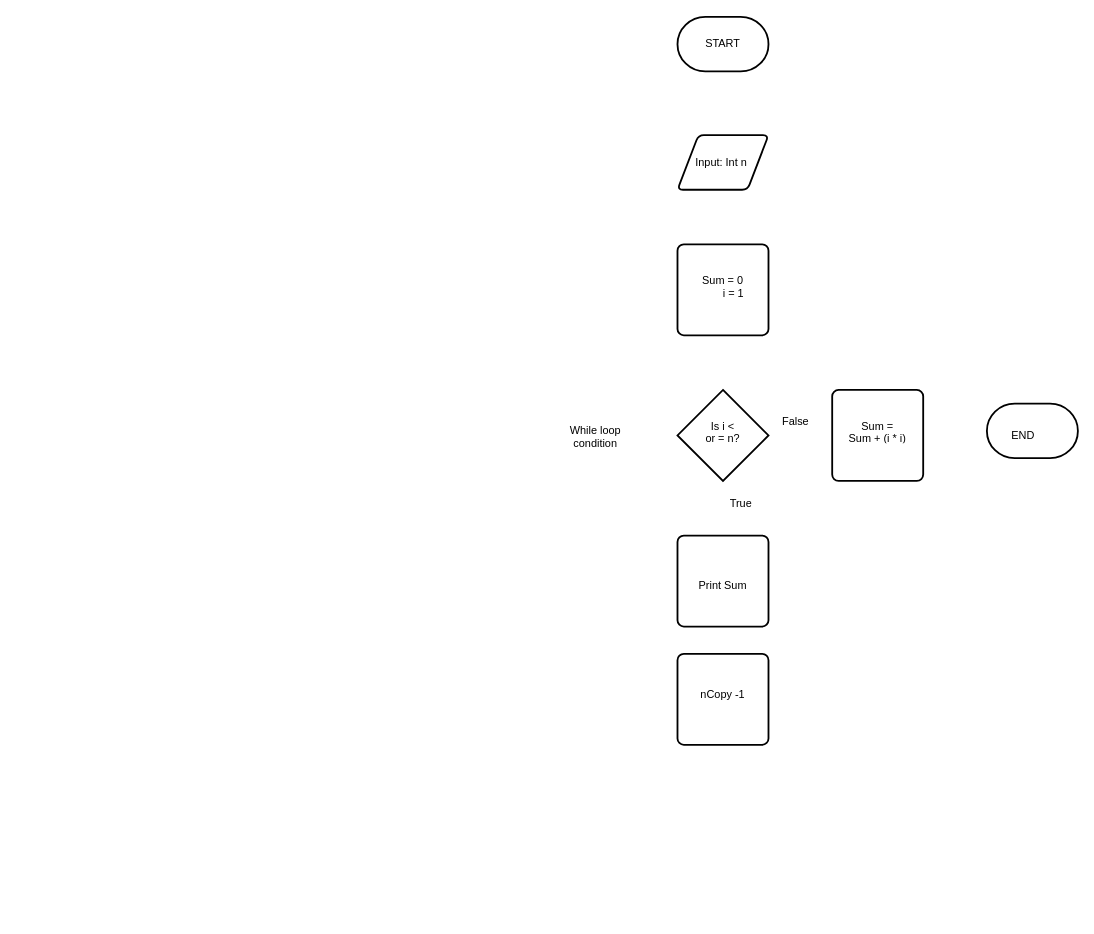
Above: Untitled Diagram.drawio in lorens247/confusion (draw.io), before the change. Source tidied: cells renumbered, new cells numbered last; positions are measured from the earlier drawing's top-left corner, leaving out a move shared by most shapes. Both pictures are drawn from the tidied source at 91%, with x=0, y=0 at pixel (559, 16).
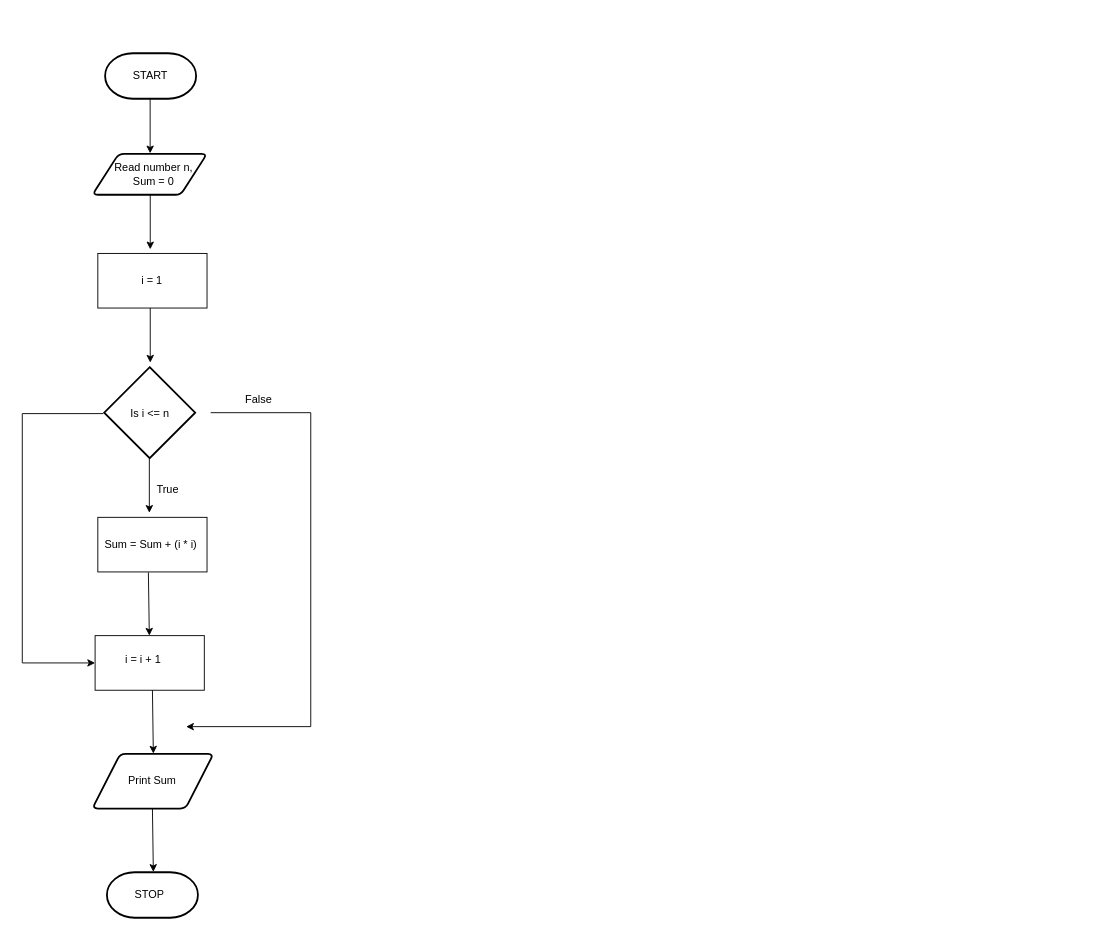
Above is the later version.

The edit, as a diff of the source:
```diff
@@
+    <mxCell id="21" style="rounded=0;whiteSpace=wrap;html=1;" parent="1" vertex="1">
+      <mxGeometry x="-507" y="260" width="120" height="60" as="geometry" />
+    </mxCell>
     <mxCell id="2" style="strokeWidth=2;html=1;shape=mxgraph.flowchart.terminator;whiteSpace=wrap;" parent="1" vertex="1">
-      <mxGeometry x="130" width="100" height="60" as="geometry" />
+      <mxGeometry x="-499" y="40" width="100" height="50" as="geometry" />
     </mxCell>
     <mxCell id="3" style="shape=parallelogram;html=1;strokeWidth=2;perimeter=parallelogramPerimeter;whiteSpace=wrap;rounded=1;arcSize=12;size=0.23;" parent="1" vertex="1">
-      <mxGeometry x="130" y="130" width="100" height="60" as="geometry" />
+      <mxGeometry x="-513" y="150.5" width="126" height="45" as="geometry" />
     </mxCell>
-    <mxCell id="4" style="rounded=1;whiteSpace=wrap;html=1;absoluteArcSize=1;arcSize=14;strokeWidth=2;" parent="1" vertex="1">
-      <mxGeometry x="130" y="250" width="100" height="100" as="geometry" />
-    </mxCell>
     <mxCell id="5" style="strokeWidth=2;html=1;shape=mxgraph.flowchart.decision;whiteSpace=wrap;" parent="1" vertex="1">
-      <mxGeometry x="130" y="410" width="100" height="100" as="geometry" />
+      <mxGeometry x="-500" y="385" width="100" height="100" as="geometry" />
     </mxCell>
-    <mxCell id="6" style="rounded=1;whiteSpace=wrap;html=1;absoluteArcSize=1;arcSize=14;strokeWidth=2;" parent="1" vertex="1">
-      <mxGeometry x="300" y="410" width="100" height="100" as="geometry" />
-    </mxCell>
-    <mxCell id="7" style="strokeWidth=2;html=1;shape=mxgraph.flowchart.terminator;whiteSpace=wrap;" parent="1" vertex="1">
-      <mxGeometry x="470" y="425" width="100" height="60" as="geometry" />
-    </mxCell>
-    <mxCell id="8" style="rounded=1;whiteSpace=wrap;html=1;absoluteArcSize=1;arcSize=14;strokeWidth=2;" parent="1" vertex="1">
-      <mxGeometry x="130" y="570" width="100" height="100" as="geometry" />
-    </mxCell>
-    <mxCell id="9" style="rounded=1;whiteSpace=wrap;html=1;absoluteArcSize=1;arcSize=14;strokeWidth=2;" parent="1" vertex="1">
-      <mxGeometry x="130" y="700" width="100" height="100" as="geometry" />
-    </mxCell>
     <mxCell id="10" value="START" style="text;strokeColor=none;fillColor=none;align=center;verticalAlign=middle;spacingLeft=4;spacingRight=4;overflow=hidden;whiteSpace=wrap;html=1;" parent="1" vertex="1">
-      <mxGeometry x="140" y="15" width="80" height="30" as="geometry" />
+      <mxGeometry x="-489" y="50" width="80" height="30" as="geometry" />
     </mxCell>
-    <mxCell id="11" value="Input: Int n&amp;nbsp;" style="text;strokeColor=none;fillColor=none;align=center;verticalAlign=middle;spacingLeft=4;spacingRight=4;overflow=hidden;whiteSpace=wrap;html=1;" parent="1" vertex="1">
-      <mxGeometry x="140" y="145" width="80" height="30" as="geometry" />
+    <mxCell id="11" value="Read number n,&lt;br&gt;Sum = 0" style="text;strokeColor=none;fillColor=none;align=center;verticalAlign=middle;spacingLeft=4;spacingRight=4;overflow=hidden;whiteSpace=wrap;html=1;" parent="1" vertex="1">
+      <mxGeometry x="-495" y="155.5" width="99" height="34.5" as="geometry" />
     </mxCell>
-    <mxCell id="12" value="Sum = 0&lt;br&gt;&amp;nbsp; &amp;nbsp; &amp;nbsp; &amp;nbsp;i = 1" style="text;strokeColor=none;fillColor=none;align=center;verticalAlign=middle;spacingLeft=4;spacingRight=4;overflow=hidden;whiteSpace=wrap;html=1;" parent="1" vertex="1">
-      <mxGeometry x="140" y="280" width="80" height="30" as="geometry" />
+    <mxCell id="12" value="&amp;nbsp;i = 1" style="text;strokeColor=none;fillColor=none;align=center;verticalAlign=middle;spacingLeft=4;spacingRight=4;overflow=hidden;whiteSpace=wrap;html=1;" parent="1" vertex="1">
+      <mxGeometry x="-489" y="275" width="80" height="30" as="geometry" />
     </mxCell>
-    <mxCell id="13" value="Is i&amp;nbsp;&amp;lt; &lt;br&gt;or = n?" style="text;strokeColor=none;fillColor=none;align=center;verticalAlign=middle;spacingLeft=4;spacingRight=4;overflow=hidden;whiteSpace=wrap;html=1;" parent="1" vertex="1">
-      <mxGeometry x="140" y="440" width="80" height="30" as="geometry" />
+    <mxCell id="13" value="Is i&amp;nbsp;&amp;lt;= n" style="text;strokeColor=none;fillColor=none;align=center;verticalAlign=middle;spacingLeft=4;spacingRight=4;overflow=hidden;whiteSpace=wrap;html=1;" parent="1" vertex="1">
+      <mxGeometry x="-490" y="406" width="81" height="60" as="geometry" />
     </mxCell>
     <mxCell id="14" value="True" style="text;strokeColor=none;fillColor=none;align=center;verticalAlign=middle;spacingLeft=4;spacingRight=4;overflow=hidden;whiteSpace=wrap;html=1;" parent="1" vertex="1">
-      <mxGeometry x="160" y="520" width="80" height="30" as="geometry" />
+      <mxGeometry x="-470" y="505" width="80" height="30" as="geometry" />
     </mxCell>
+    <mxCell id="18" value="False" style="text;strokeColor=none;fillColor=none;align=center;verticalAlign=middle;spacingLeft=4;spacingRight=4;overflow=hidden;whiteSpace=wrap;html=1;" parent="1" vertex="1">
+      <mxGeometry x="-370" y="406" width="80" height="30" as="geometry" />
+    </mxCell>
+    <mxCell id="22" style="endArrow=classic;html=1;rounded=0;" parent="1" edge="1">
+      <mxGeometry relative="1" as="geometry">
+        <mxPoint x="-449.5" y="90" as="sourcePoint" />
+        <mxPoint x="-449.5" y="150" as="targetPoint" />
+      </mxGeometry>
+    </mxCell>
+    <mxCell id="23" style="endArrow=classic;html=1;rounded=0;" parent="1" edge="1">
+      <mxGeometry relative="1" as="geometry">
+        <mxPoint x="-449.4" y="195.5" as="sourcePoint" />
+        <mxPoint x="-449.4" y="255.5" as="targetPoint" />
+      </mxGeometry>
+    </mxCell>
+    <mxCell id="24" style="endArrow=classic;html=1;rounded=0;" parent="1" edge="1">
+      <mxGeometry relative="1" as="geometry">
+        <mxPoint x="-449.4" y="320" as="sourcePoint" />
+        <mxPoint x="-449.4" y="380" as="targetPoint" />
+      </mxGeometry>
+    </mxCell>
+    <mxCell id="25" style="endArrow=classic;html=1;rounded=0;" parent="1" edge="1">
+      <mxGeometry relative="1" as="geometry">
+        <mxPoint x="-450.4" y="485" as="sourcePoint" />
+        <mxPoint x="-450.4" y="545" as="targetPoint" />
+      </mxGeometry>
+    </mxCell>
+    <mxCell id="26" style="rounded=0;whiteSpace=wrap;html=1;" parent="1" vertex="1">
+      <mxGeometry x="-507" y="550" width="120" height="60" as="geometry" />
+    </mxCell>
+    <mxCell id="27" style="rounded=0;whiteSpace=wrap;html=1;" parent="1" vertex="1">
+      <mxGeometry x="-510" y="680" width="120" height="60" as="geometry" />
+    </mxCell>
+    <mxCell id="28" style="shape=parallelogram;html=1;strokeWidth=2;perimeter=parallelogramPerimeter;whiteSpace=wrap;rounded=1;arcSize=12;size=0.23;" parent="1" vertex="1">
+      <mxGeometry x="-513" y="810" width="133" height="60" as="geometry" />
+    </mxCell>
+    <mxCell id="29" style="strokeWidth=2;html=1;shape=mxgraph.flowchart.terminator;whiteSpace=wrap;" parent="1" vertex="1">
+      <mxGeometry x="-497" y="940" width="100" height="50" as="geometry" />
+    </mxCell>
+    <mxCell id="30" style="endArrow=classic;html=1;rounded=0;entryX=0;entryY=0.5;entryDx=0;entryDy=0;" parent="1" edge="1" target="27">
+      <mxGeometry relative="1" as="geometry">
+        <mxPoint x="-501" y="436" as="sourcePoint" />
+        <Array as="points">
+          <mxPoint x="-590" y="436" />
+          <mxPoint x="-590" y="710" />
+        </Array>
+      </mxGeometry>
+    </mxCell>
+    <mxCell id="31" style="endArrow=classic;html=1;rounded=0;" parent="1" edge="1">
+      <mxGeometry relative="1" as="geometry">
+        <mxPoint x="-383" y="435" as="sourcePoint" />
+        <mxPoint x="-410" y="780" as="targetPoint" />
+        <Array as="points">
+          <mxPoint x="-273" y="435" />
+          <mxPoint x="-273" y="780" />
+        </Array>
+      </mxGeometry>
+    </mxCell>
+    <mxCell id="32" style="endArrow=classic;html=1;rounded=0;exitX=0.463;exitY=1.007;exitDx=0;exitDy=0;exitPerimeter=0;" parent="1" edge="1" source="26">
+      <mxGeometry relative="1" as="geometry">
+        <mxPoint x="-450.4" y="680" as="targetPoint" />
+      </mxGeometry>
+    </mxCell>
+    <mxCell id="33" style="endArrow=classic;html=1;rounded=0;exitX=0.463;exitY=1.007;exitDx=0;exitDy=0;exitPerimeter=0;" parent="1" edge="1">
+      <mxGeometry relative="1" as="geometry">
+        <mxPoint x="-447" y="740" as="sourcePoint" />
+        <mxPoint x="-446" y="809.6" as="targetPoint" />
+      </mxGeometry>
+    </mxCell>
+    <mxCell id="34" style="endArrow=classic;html=1;rounded=0;exitX=0.463;exitY=1.007;exitDx=0;exitDy=0;exitPerimeter=0;" parent="1" edge="1">
+      <mxGeometry relative="1" as="geometry">
+        <mxPoint x="-447" y="870" as="sourcePoint" />
+        <mxPoint x="-446" y="939.6" as="targetPoint" />
+      </mxGeometry>
+    </mxCell>
+    <mxCell id="19" value="Sum =&amp;nbsp;Sum + (i * i)" style="text;strokeColor=none;fillColor=none;align=center;verticalAlign=middle;spacingLeft=4;spacingRight=4;overflow=hidden;whiteSpace=wrap;html=1;" parent="1" vertex="1">
+      <mxGeometry x="-522.5" y="565" width="147" height="30" as="geometry" />
+    </mxCell>
     <mxCell id="15" value="Print Sum" style="text;strokeColor=none;fillColor=none;align=center;verticalAlign=middle;spacingLeft=4;spacingRight=4;overflow=hidden;whiteSpace=wrap;html=1;" parent="1" vertex="1">
-      <mxGeometry x="140" y="610" width="80" height="30" as="geometry" />
+      <mxGeometry x="-487" y="825" width="80" height="30" as="geometry" />
     </mxCell>
-    <mxCell id="16" value="nCopy -1" style="text;strokeColor=none;fillColor=none;align=center;verticalAlign=middle;spacingLeft=4;spacingRight=4;overflow=hidden;whiteSpace=wrap;html=1;" parent="1" vertex="1">
-      <mxGeometry x="140" y="730" width="80" height="30" as="geometry" />
+    <mxCell id="16" value="i = i + 1" style="text;strokeColor=none;fillColor=none;align=center;verticalAlign=middle;spacingLeft=4;spacingRight=4;overflow=hidden;whiteSpace=wrap;html=1;" parent="1" vertex="1">
+      <mxGeometry x="-497" y="692" width="80" height="30" as="geometry" />
     </mxCell>
-    <mxCell id="17" value="While loop condition" style="text;strokeColor=none;fillColor=none;align=center;verticalAlign=middle;spacingLeft=4;spacingRight=4;overflow=hidden;whiteSpace=wrap;html=1;" parent="1" vertex="1">
-      <mxGeometry y="445" width="80" height="30" as="geometry" />
-    </mxCell>
-    <mxCell id="18" value="False" style="text;strokeColor=none;fillColor=none;align=center;verticalAlign=middle;spacingLeft=4;spacingRight=4;overflow=hidden;whiteSpace=wrap;html=1;" parent="1" vertex="1">
-      <mxGeometry x="220" y="430" width="80" height="30" as="geometry" />
-    </mxCell>
-    <mxCell id="19" value="Sum = &lt;br&gt;Sum + (i * i)" style="text;strokeColor=none;fillColor=none;align=center;verticalAlign=middle;spacingLeft=4;spacingRight=4;overflow=hidden;whiteSpace=wrap;html=1;" parent="1" vertex="1">
-      <mxGeometry x="310" y="440" width="80" height="30" as="geometry" />
-    </mxCell>
-    <mxCell id="20" value="END" style="text;strokeColor=none;fillColor=none;align=center;verticalAlign=middle;spacingLeft=4;spacingRight=4;overflow=hidden;whiteSpace=wrap;html=1;" parent="1" vertex="1">
-      <mxGeometry x="470" y="445" width="80" height="30" as="geometry" />
-    </mxCell>
+    <mxCell id="35" value="STOP" style="text;strokeColor=none;fillColor=none;align=center;verticalAlign=middle;spacingLeft=4;spacingRight=4;overflow=hidden;whiteSpace=wrap;html=1;" parent="1" vertex="1">
+      <mxGeometry x="-490" y="950" width="80" height="30" as="geometry" />
+    </mxCell>
```
